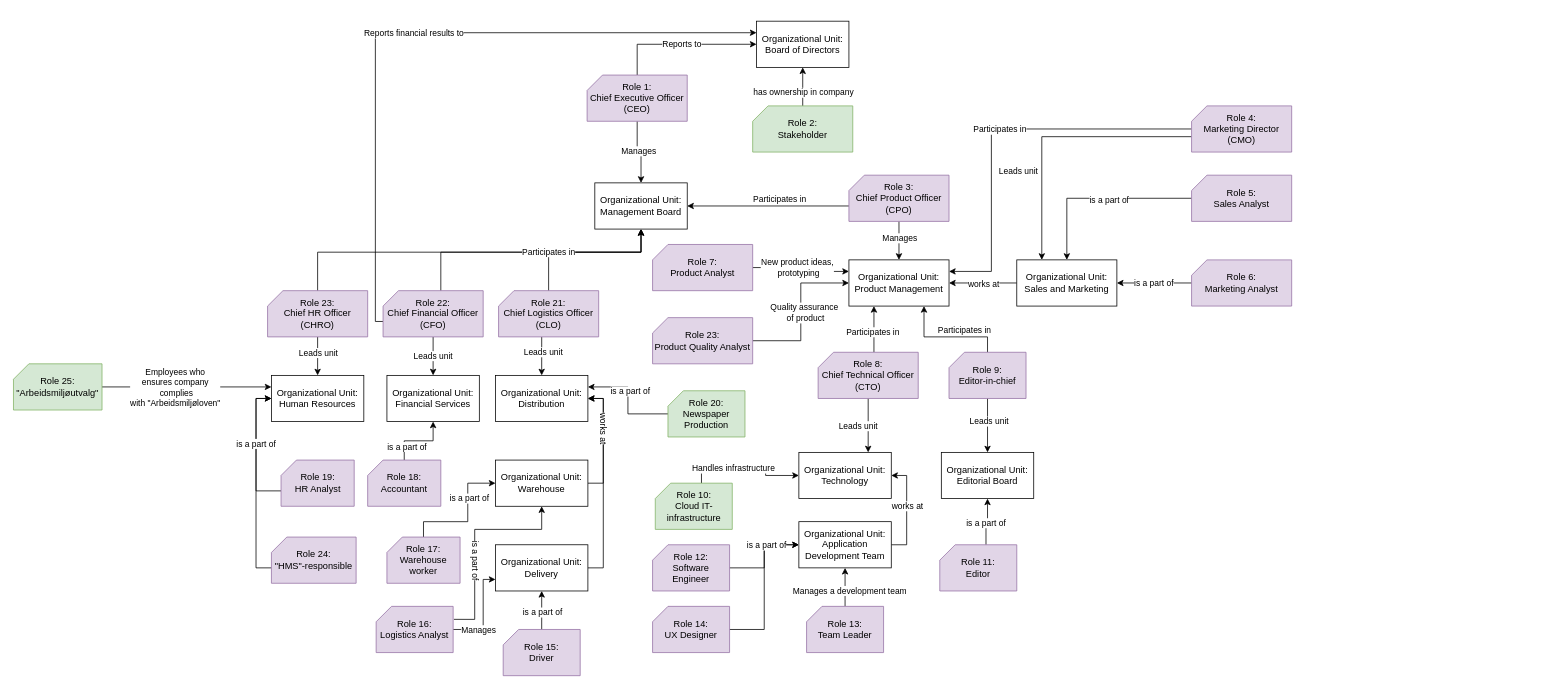
Before: TS_role_actors_models.drawio in gullskatten/TS-models-4em-archi, a draw.io diagram. Source tidied: cells renumbered, new cells numbered last; positions are measured from the earlier drawing's top-left corner, leaving out a move shared by most shapes. Both pictures are drawn from the tidied source at 77%, with x=0, y=0 at pixel (13, 21).
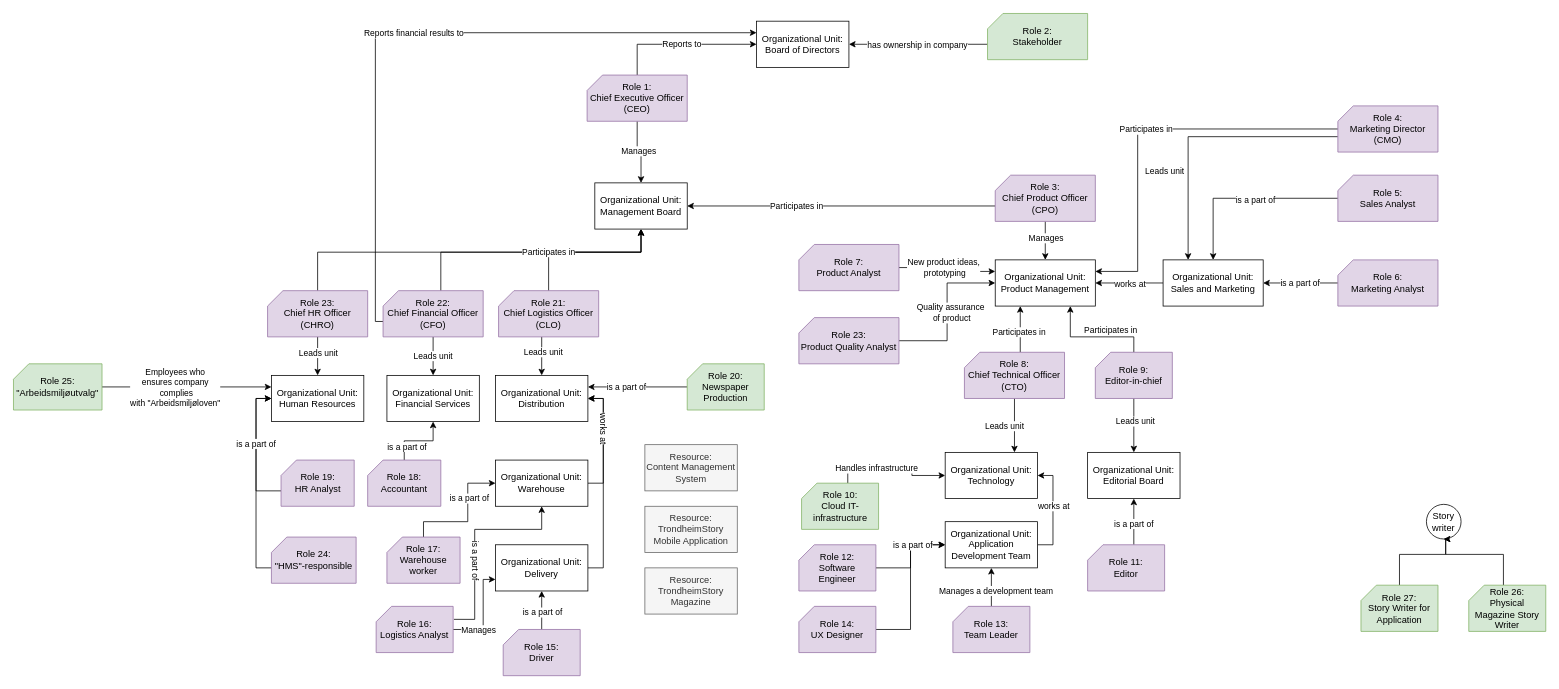
After the change.

Unchanged cells that the change refers to:
```xml
<mxCell id="56" style="edgeStyle=orthogonalEdgeStyle;rounded=0;jettySize=auto;html=1;entryX=1;entryY=0.5;entryDx=0;entryDy=0;exitX=0;exitY=0;exitDx=0;exitDy=40;exitPerimeter=0;" parent="1" edge="1" source="60" target="25">
  <mxGeometry relative="1" as="geometry" />
</mxCell>
<mxCell id="92" style="edgeStyle=orthogonalEdgeStyle;rounded=0;jettySize=auto;html=1;entryX=0;entryY=0.5;entryDx=0;entryDy=0;exitX=0;exitY=0;exitDx=60;exitDy=0;exitPerimeter=0;" parent="1" edge="1" source="94" target="28">
  <mxGeometry relative="1" as="geometry" />
</mxCell>
<mxCell id="103" value="Organizational Unit:&lt;br&gt;Board of Directors" style="rounded=0;whiteSpace=wrap;html=1;" parent="1" vertex="1">
  <mxGeometry x="965" width="120" height="60" as="geometry" />
</mxCell>
```

The edit, as a diff of the source:
```diff
@@
     <mxCell id="4" value="Role 11:&lt;br&gt;Editor" style="verticalLabelPosition=middle;verticalAlign=middle;html=1;shape=card;whiteSpace=wrap;size=20;arcSize=12;fillColor=#e1d5e7;strokeColor=#9673a6;labelPosition=center;align=center;" parent="1" vertex="1">
-      <mxGeometry x="1203" y="680" width="100" height="60" as="geometry" />
+      <mxGeometry x="1395" y="680" width="100" height="60" as="geometry" />
     </mxCell>
     <mxCell id="5" value="Organizational Unit:&lt;br&gt;Editorial Board" style="rounded=0;whiteSpace=wrap;html=1;" parent="1" vertex="1">
-      <mxGeometry x="1205" y="560" width="120" height="60" as="geometry" />
+      <mxGeometry x="1395" y="560" width="120" height="60" as="geometry" />
     </mxCell>
@@
     <mxCell id="8" style="edgeStyle=orthogonalEdgeStyle;rounded=0;jettySize=auto;html=1;entryX=0.75;entryY=1;entryDx=0;entryDy=0;" parent="1" edge="1" source="10" target="61">
       <mxGeometry relative="1" as="geometry">
         <Array as="points">
-          <mxPoint x="1265" y="410" />
-          <mxPoint x="1183" y="410" />
+          <mxPoint x="1455" y="410" />
+          <mxPoint x="1373" y="410" />
         </Array>
       </mxGeometry>
     </mxCell>
@@
     <mxCell id="10" value="Role 9:&lt;br&gt;Editor-in-chief" style="verticalLabelPosition=middle;verticalAlign=middle;html=1;shape=card;whiteSpace=wrap;size=20;arcSize=12;fillColor=#e1d5e7;strokeColor=#9673a6;labelPosition=center;align=center;" parent="1" vertex="1">
-      <mxGeometry x="1215" y="430" width="100" height="60" as="geometry" />
+      <mxGeometry x="1405" y="430" width="100" height="60" as="geometry" />
     </mxCell>
@@
     <mxCell id="22" style="edgeStyle=orthogonalEdgeStyle;rounded=0;jettySize=auto;html=1;entryX=0.25;entryY=1;entryDx=0;entryDy=0;" parent="1" edge="1" source="24" target="61">
       <mxGeometry relative="1" as="geometry">
         <Array as="points">
-          <mxPoint x="1118" y="400" />
+          <mxPoint x="1308" y="400" />
         </Array>
       </mxGeometry>
     </mxCell>
@@
     <mxCell id="24" value="Role 8:&lt;br&gt;Chief Technical Officer (CTO)" style="verticalLabelPosition=middle;verticalAlign=middle;html=1;shape=card;whiteSpace=wrap;size=20;arcSize=12;fillColor=#e1d5e7;strokeColor=#9673a6;labelPosition=center;align=center;" parent="1" vertex="1">
-      <mxGeometry x="1045" y="430" width="130" height="60" as="geometry" />
+      <mxGeometry x="1235" y="430" width="130" height="60" as="geometry" />
     </mxCell>
@@
     <mxCell id="28" value="Organizational Unit:&lt;br&gt;Technology" style="rounded=0;whiteSpace=wrap;html=1;" parent="1" vertex="1">
-      <mxGeometry x="1020" y="560" width="120" height="60" as="geometry" />
+      <mxGeometry x="1210" y="560" width="120" height="60" as="geometry" />
     </mxCell>
@@
     <mxCell id="39" style="edgeStyle=orthogonalEdgeStyle;rounded=0;jettySize=auto;html=1;entryX=1;entryY=0.5;entryDx=0;entryDy=0;" parent="1" edge="1" source="41" target="28">
       <mxGeometry relative="1" as="geometry">
         <Array as="points">
-          <mxPoint x="1160" y="680" />
-          <mxPoint x="1160" y="590" />
+          <mxPoint x="1350" y="680" />
+          <mxPoint x="1350" y="590" />
         </Array>
       </mxGeometry>
     </mxCell>
@@
     <mxCell id="41" value="Organizational Unit:&lt;br&gt;Application Development Team" style="rounded=0;whiteSpace=wrap;html=1;" parent="1" vertex="1">
-      <mxGeometry x="1020" y="650" width="120" height="60" as="geometry" />
+      <mxGeometry x="1210" y="650" width="120" height="60" as="geometry" />
     </mxCell>
@@
     <mxCell id="49" value="Role 20:&lt;br&gt;Newspaper Production" style="verticalLabelPosition=middle;verticalAlign=middle;html=1;shape=card;whiteSpace=wrap;size=20;arcSize=12;fillColor=#d5e8d4;strokeColor=#82b366;labelPosition=center;align=center;" parent="1" vertex="1">
-      <mxGeometry x="850" y="480" width="100" height="60" as="geometry" />
+      <mxGeometry x="875" y="445" width="100" height="60" as="geometry" />
     </mxCell>
-    <mxCell id="50" style="edgeStyle=orthogonalEdgeStyle;rounded=0;jettySize=auto;html=1;" parent="1" edge="1" source="52" target="103">
+    <mxCell id="50" style="edgeStyle=orthogonalEdgeStyle;rounded=0;jettySize=auto;html=1;exitX=0;exitY=0;exitDx=0;exitDy=40;exitPerimeter=0;entryX=1;entryY=0.5;entryDx=0;entryDy=0;" parent="1" edge="1" source="52" target="103">
       <mxGeometry relative="1" as="geometry" />
     </mxCell>
     <mxCell id="51" value="has ownership in company" style="edgeLabel;html=1;align=center;verticalAlign=middle;" parent="50" vertex="1">
-      <mxGeometry x="-0.29" relative="1" as="geometry" />
+      <mxGeometry x="-0.29" relative="1" as="geometry">
+        <mxPoint x="-27.9" as="offset" />
+      </mxGeometry>
     </mxCell>
     <mxCell id="52" value="Role 2:&lt;br&gt;Stakeholder" style="verticalLabelPosition=middle;verticalAlign=middle;html=1;shape=card;whiteSpace=wrap;size=20;arcSize=12;fillColor=#d5e8d4;strokeColor=#82b366;labelPosition=center;align=center;" parent="1" vertex="1">
-      <mxGeometry x="960" y="110" width="130" height="60" as="geometry" />
+      <mxGeometry x="1265" y="-10" width="130" height="60" as="geometry" />
     </mxCell>
@@
     <mxCell id="57" value="Participates in" style="edgeLabel;html=1;align=center;verticalAlign=middle;" parent="56" vertex="1">
       <mxGeometry x="0.05" y="3" relative="1" as="geometry">
-        <mxPoint x="19" y="-13" as="offset" />
+        <mxPoint x="-48.6" y="-3" as="offset" />
       </mxGeometry>
     </mxCell>
@@
     <mxCell id="60" value="Role 3:&lt;br&gt;Chief Product Officer (CPO)" style="verticalLabelPosition=middle;verticalAlign=middle;html=1;shape=card;whiteSpace=wrap;size=20;arcSize=12;fillColor=#e1d5e7;strokeColor=#9673a6;labelPosition=center;align=center;" parent="1" vertex="1">
-      <mxGeometry x="1085" y="200" width="130" height="60" as="geometry" />
+      <mxGeometry x="1275" y="200" width="130" height="60" as="geometry" />
     </mxCell>
     <mxCell id="61" value="Organizational Unit:&lt;br&gt;Product Management" style="rounded=0;whiteSpace=wrap;html=1;" parent="1" vertex="1">
-      <mxGeometry x="1085" y="310" width="130" height="60" as="geometry" />
+      <mxGeometry x="1275" y="310" width="130" height="60" as="geometry" />
     </mxCell>
@@
     <mxCell id="64" value="Role 7:&lt;br&gt;Product Analyst" style="verticalLabelPosition=middle;verticalAlign=middle;html=1;shape=card;whiteSpace=wrap;size=20;arcSize=12;fillColor=#e1d5e7;strokeColor=#9673a6;labelPosition=center;align=center;" parent="1" vertex="1">
-      <mxGeometry x="830" y="290" width="130" height="60" as="geometry" />
+      <mxGeometry x="1020" y="290" width="130" height="60" as="geometry" />
     </mxCell>
@@
     <mxCell id="80" value="Role 6:&lt;br&gt;Marketing Analyst" style="verticalLabelPosition=middle;verticalAlign=middle;html=1;shape=card;whiteSpace=wrap;size=20;arcSize=12;fillColor=#e1d5e7;strokeColor=#9673a6;labelPosition=center;align=center;" parent="1" vertex="1">
-      <mxGeometry x="1530" y="310" width="130" height="60" as="geometry" />
+      <mxGeometry x="1720" y="310" width="130" height="60" as="geometry" />
     </mxCell>
@@
     <mxCell id="83" value="Organizational Unit:&lt;br&gt;Sales and Marketing" style="rounded=0;whiteSpace=wrap;html=1;" parent="1" vertex="1">
-      <mxGeometry x="1303" y="310" width="130" height="60" as="geometry" />
+      <mxGeometry x="1493" y="310" width="130" height="60" as="geometry" />
     </mxCell>
@@
     <mxCell id="86" value="Role 5:&lt;br&gt;Sales Analyst" style="verticalLabelPosition=middle;verticalAlign=middle;html=1;shape=card;whiteSpace=wrap;size=20;arcSize=12;fillColor=#e1d5e7;strokeColor=#9673a6;labelPosition=center;align=center;" parent="1" vertex="1">
-      <mxGeometry x="1530" y="200" width="130" height="60" as="geometry" />
+      <mxGeometry x="1720" y="200" width="130" height="60" as="geometry" />
     </mxCell>
     <mxCell id="87" style="edgeStyle=orthogonalEdgeStyle;rounded=0;jettySize=auto;html=1;entryX=1;entryY=0.25;entryDx=0;entryDy=0;" parent="1" edge="1" source="91" target="61">
       <mxGeometry relative="1" as="geometry">
         <Array as="points">
-          <mxPoint x="1270" y="140" />
-          <mxPoint x="1270" y="325" />
+          <mxPoint x="1460" y="140" />
+          <mxPoint x="1460" y="325" />
         </Array>
       </mxGeometry>
     </mxCell>
@@
     <mxCell id="91" value="Role 4:&lt;br&gt;Marketing Director (CMO)" style="verticalLabelPosition=middle;verticalAlign=middle;html=1;shape=card;whiteSpace=wrap;size=20;arcSize=12;fillColor=#e1d5e7;strokeColor=#9673a6;labelPosition=center;align=center;" parent="1" vertex="1">
-      <mxGeometry x="1530" y="110" width="130" height="60" as="geometry" />
+      <mxGeometry x="1720" y="110" width="130" height="60" as="geometry" />
     </mxCell>
@@
     <mxCell id="93" value="Handles infrastructure" style="edgeLabel;html=1;align=center;verticalAlign=middle;" parent="92" vertex="1">
       <mxGeometry x="-0.16" relative="1" as="geometry">
-        <mxPoint x="-5.5" as="offset" />
+        <mxPoint x="-9.1" as="offset" />
       </mxGeometry>
     </mxCell>
     <mxCell id="94" value="Role 10:&lt;br&gt;Cloud IT-infrastructure" style="verticalLabelPosition=middle;verticalAlign=middle;html=1;shape=card;whiteSpace=wrap;size=20;arcSize=12;fillColor=#d5e8d4;strokeColor=#82b366;labelPosition=center;align=center;" parent="1" vertex="1">
-      <mxGeometry x="833.5" y="600" width="100" height="60" as="geometry" />
+      <mxGeometry x="1023.5" y="600" width="100" height="60" as="geometry" />
     </mxCell>
@@
     <mxCell id="96" value="Role 12:&lt;br&gt;Software Engineer" style="verticalLabelPosition=middle;verticalAlign=middle;html=1;shape=card;whiteSpace=wrap;size=20;arcSize=12;fillColor=#e1d5e7;strokeColor=#9673a6;labelPosition=center;align=center;" parent="1" vertex="1">
-      <mxGeometry x="830" y="680" width="100" height="60" as="geometry" />
+      <mxGeometry x="1020" y="680" width="100" height="60" as="geometry" />
     </mxCell>
@@
     <mxCell id="99" value="Role 13:&lt;br&gt;Team Leader" style="verticalLabelPosition=middle;verticalAlign=middle;html=1;shape=card;whiteSpace=wrap;size=20;arcSize=12;fillColor=#e1d5e7;strokeColor=#9673a6;labelPosition=center;align=center;" parent="1" vertex="1">
-      <mxGeometry x="1030" y="760" width="100" height="60" as="geometry" />
+      <mxGeometry x="1220" y="760" width="100" height="60" as="geometry" />
     </mxCell>
@@
     <mxCell id="102" value="Role 14:&lt;br&gt;UX Designer" style="verticalLabelPosition=middle;verticalAlign=middle;html=1;shape=card;whiteSpace=wrap;size=20;arcSize=12;fillColor=#e1d5e7;strokeColor=#9673a6;labelPosition=center;align=center;" parent="1" vertex="1">
-      <mxGeometry x="830" y="760" width="100" height="60" as="geometry" />
+      <mxGeometry x="1020" y="760" width="100" height="60" as="geometry" />
     </mxCell>
@@
     <mxCell id="112" value="Role 23:&lt;br&gt;Product Quality Analyst" style="verticalLabelPosition=middle;verticalAlign=middle;html=1;shape=card;whiteSpace=wrap;size=20;arcSize=12;fillColor=#e1d5e7;strokeColor=#9673a6;labelPosition=center;align=center;" parent="1" vertex="1">
-      <mxGeometry x="830" y="385" width="130" height="60" as="geometry" />
+      <mxGeometry x="1020" y="385" width="130" height="60" as="geometry" />
     </mxCell>
+    <mxCell id="113" style="edgeStyle=orthogonalEdgeStyle;rounded=0;jettySize=auto;html=1;entryX=0.5;entryY=1;entryDx=0;entryDy=0;" parent="1" edge="1" source="114" target="116">
+      <mxGeometry relative="1" as="geometry">
+        <Array as="points">
+          <mxPoint x="1935" y="692.5" />
+          <mxPoint x="1860" y="692.5" />
+        </Array>
+      </mxGeometry>
+    </mxCell>
+    <mxCell id="114" value="Role 26:&lt;br&gt;Physical Magazine Story Writer" style="verticalLabelPosition=middle;verticalAlign=middle;html=1;shape=card;whiteSpace=wrap;size=20;arcSize=12;fillColor=#d5e8d4;strokeColor=#82b366;labelPosition=center;align=center;" parent="1" vertex="1">
+      <mxGeometry x="1890" y="732.5" width="100" height="60" as="geometry" />
+    </mxCell>
+    <mxCell id="115" value="Resource:&lt;br&gt;TrondheimStory&lt;br&gt;Mobile Application" style="rounded=0;whiteSpace=wrap;html=1;fillColor=#f5f5f5;strokeColor=#666666;fontColor=#333333;" parent="1" vertex="1">
+      <mxGeometry x="820" y="630" width="120" height="60" as="geometry" />
+    </mxCell>
+    <mxCell id="116" value="Story writer" style="ellipse;whiteSpace=wrap;html=1;" parent="1" vertex="1">
+      <mxGeometry x="1835" y="627.5" width="45" height="45" as="geometry" />
+    </mxCell>
+    <mxCell id="117" style="edgeStyle=orthogonalEdgeStyle;rounded=0;jettySize=auto;html=1;entryX=0.5;entryY=1;entryDx=0;entryDy=0;" parent="1" edge="1" source="118" target="116">
+      <mxGeometry relative="1" as="geometry">
+        <Array as="points">
+          <mxPoint x="1800" y="692.5" />
+          <mxPoint x="1860" y="692.5" />
+        </Array>
+      </mxGeometry>
+    </mxCell>
+    <mxCell id="118" value="Role 27:&lt;br&gt;Story Writer for Application" style="verticalLabelPosition=middle;verticalAlign=middle;html=1;shape=card;whiteSpace=wrap;size=20;arcSize=12;fillColor=#d5e8d4;strokeColor=#82b366;labelPosition=center;align=center;" parent="1" vertex="1">
+      <mxGeometry x="1750" y="732.5" width="100" height="60" as="geometry" />
+    </mxCell>
+    <mxCell id="119" value="Resource:&lt;br&gt;Content Management System" style="rounded=0;whiteSpace=wrap;html=1;fillColor=#f5f5f5;strokeColor=#666666;fontColor=#333333;" parent="1" vertex="1">
+      <mxGeometry x="820" y="550" width="120" height="60" as="geometry" />
+    </mxCell>
+    <mxCell id="120" value="Resource:&lt;br&gt;TrondheimStory&lt;br&gt;Magazine" style="rounded=0;whiteSpace=wrap;html=1;fillColor=#f5f5f5;strokeColor=#666666;fontColor=#333333;" parent="1" vertex="1">
+      <mxGeometry x="820" y="710" width="120" height="60" as="geometry" />
+    </mxCell>
```
